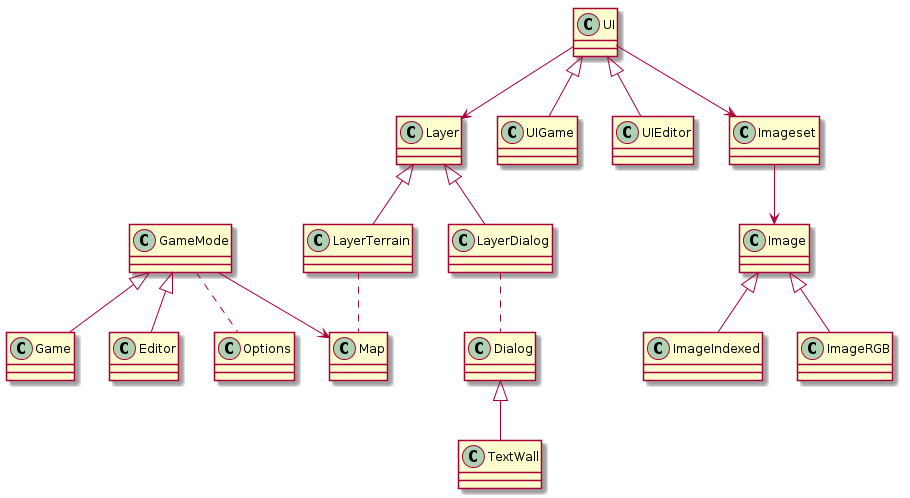
Before: new/doc/classes.png, a diagram exported from PlantUML (andrenho/newhope).
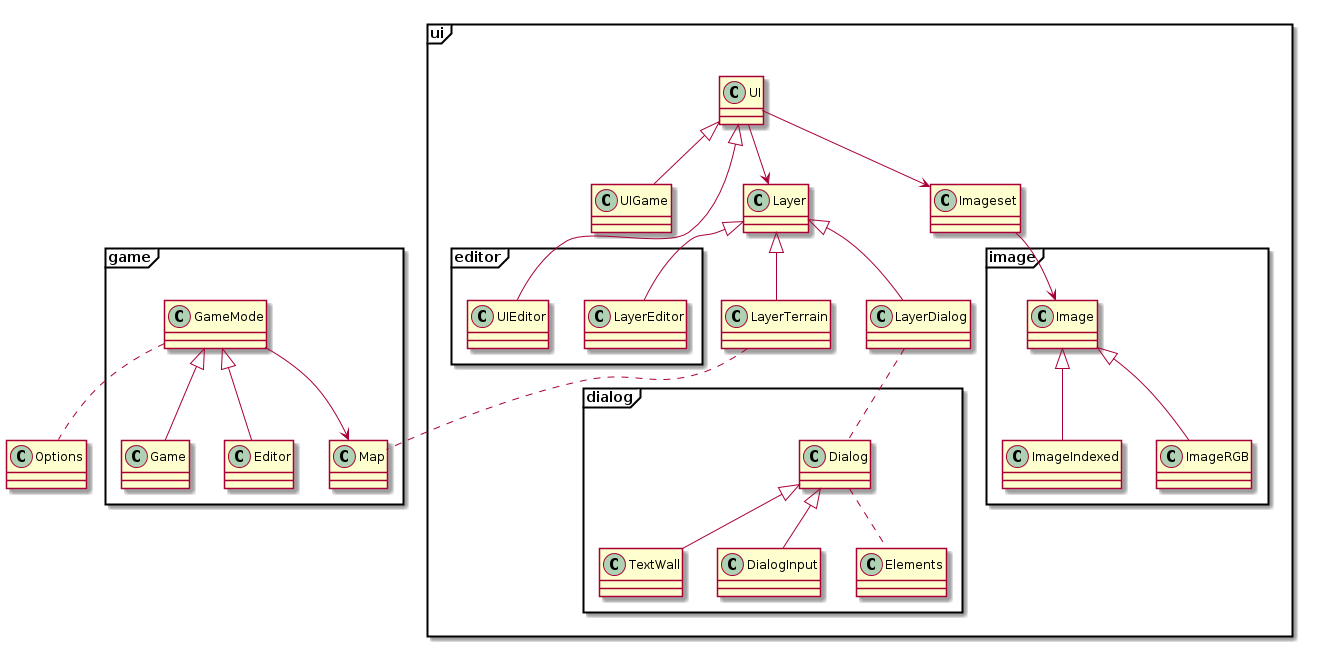
The same file after the commit.

What changed in the source:
```diff
@@ -1,4 +1,39 @@
 @startuml
+
+package game <<Frame>> {
+  class GameMode
+  class Game
+  class Editor
+  class Map
+}
+
+package ui <<Frame>> {
+  class Imageset
+  class Layer
+  class LayerTerrain
+  class LayerDialog
+  class UI
+  class UIGame
+
+  package dialog <<Frame>> {
+    class Dialog
+    class Elements
+    class TextWall
+    class DialogInput
+  }
+
+  package image <<Frame>> {
+    class Image
+    class ImageIndexed
+    class ImageRGB
+  }
+
+  package editor <<Frame>> {
+    class UIEditor
+    class LayerEditor
+  }
+
+}
 
 GameMode <|-- Game
 GameMode <|-- Editor
@@ -16,5 +51,8 @@
 LayerTerrain .. Map
 GameMode .. Options
 Dialog <|-- TextWall
+Dialog <|-- DialogInput
+Layer <|-- LayerEditor
+Dialog .. Elements
 
 @enduml
```
